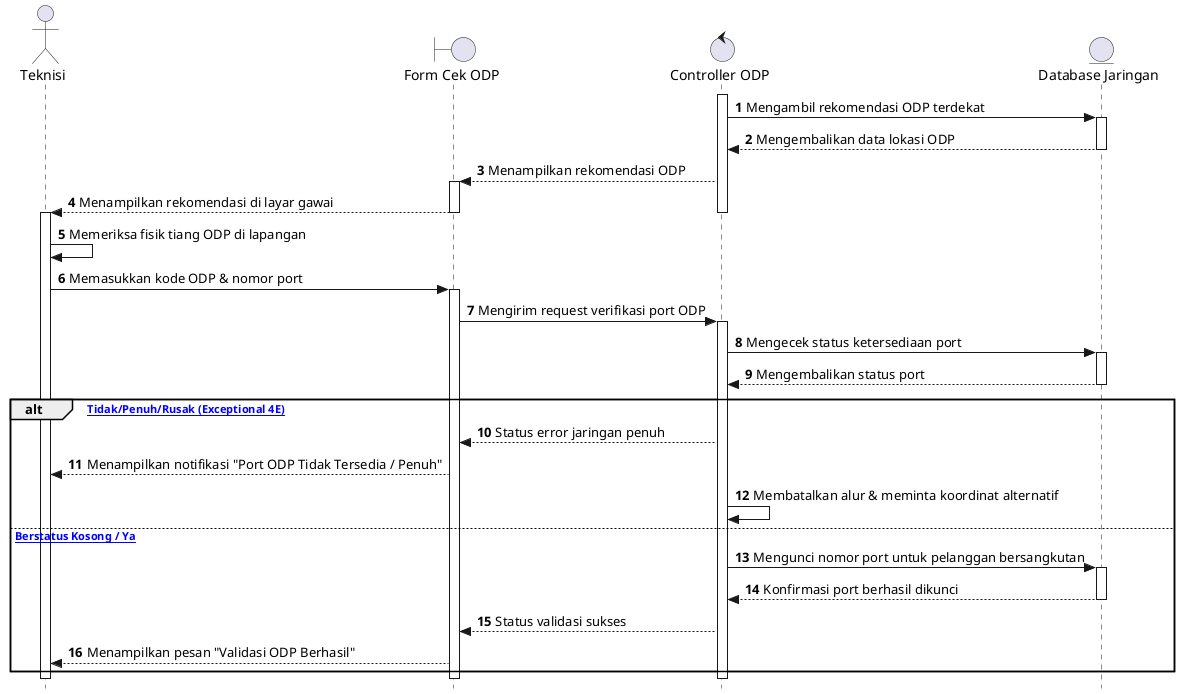
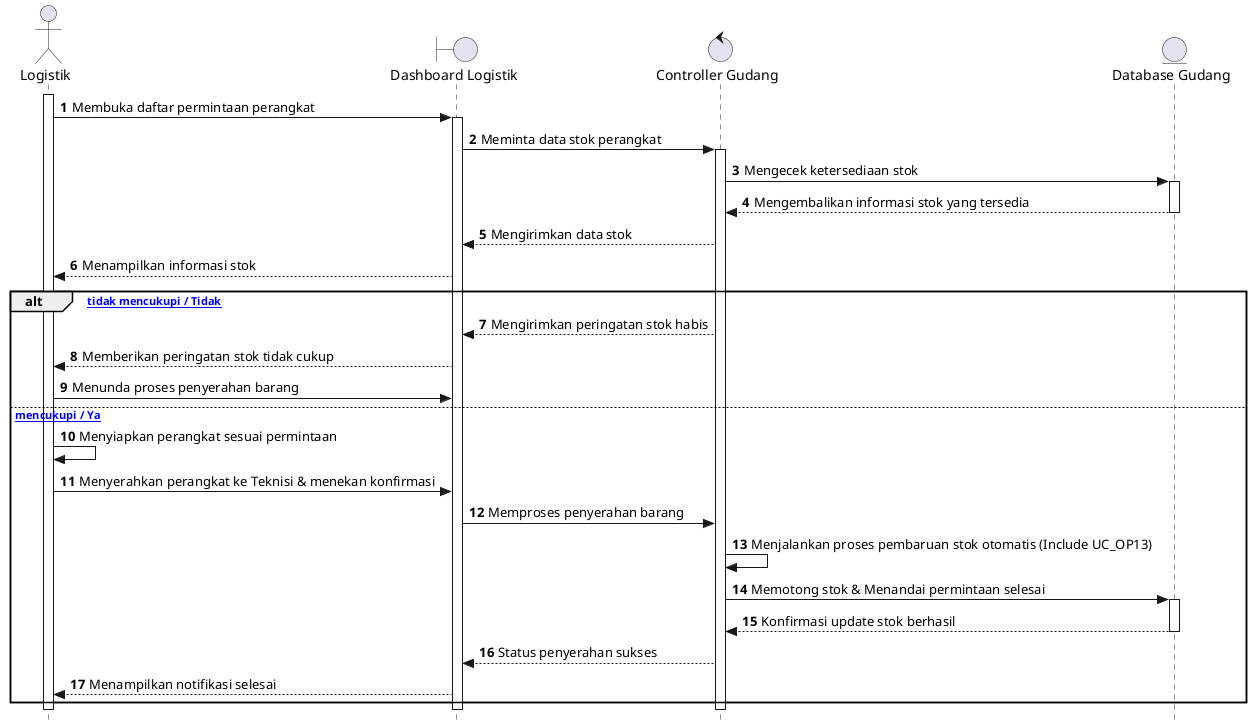
@startuml
autonumber
skinparam style strictuml

- actor Teknisi
- boundary "Form Cek ODP" as Form
- control "Controller ODP" as Ctrl
- entity "Database Jaringan" as DB
+ actor Logistik
+ boundary "Dashboard Logistik" as Form
+ control "Controller Gudang" as Ctrl
+ entity "Database Gudang" as DB

+ activate Logistik
+ Logistik -> Form: Membuka daftar permintaan perangkat
+ activate Form
+ Form -> Ctrl: Meminta data stok perangkat
activate Ctrl
- Ctrl -> DB: Mengambil rekomendasi ODP terdekat
+ Ctrl -> DB: Mengecek ketersediaan stok
activate DB
- DB --> Ctrl: Mengembalikan data lokasi ODP
+ DB --> Ctrl: Mengembalikan informasi stok yang tersedia
deactivate DB
- Ctrl --> Form: Menampilkan rekomendasi ODP
- activate Form
- Form --> Teknisi: Menampilkan rekomendasi di layar gawai
- deactivate Form
- deactivate Ctrl
+ Ctrl --> Form: Mengirimkan data stok
+ Form --> Logistik: Menampilkan informasi stok

- activate Teknisi
- Teknisi -> Teknisi: Memeriksa fisik tiang ODP di lapangan
- Teknisi -> Form: Memasukkan kode ODP & nomor port
- activate Form
- Form -> Ctrl: Mengirim request verifikasi port ODP
- activate Ctrl
- Ctrl -> DB: Mengecek status ketersediaan port
- activate DB
- DB --> Ctrl: Mengembalikan status port
- deactivate DB
+ alt [Stok tidak mencukupi / Tidak]
+     Ctrl --> Form: Mengirimkan peringatan stok habis
+     Form --> Logistik: Memberikan peringatan stok tidak cukup
+     Logistik -> Form: Menunda proses penyerahan barang
+ else [Stok mencukupi / Ya]
+     Logistik -> Logistik: Menyiapkan perangkat sesuai permintaan
+     Logistik -> Form: Menyerahkan perangkat ke Teknisi & menekan konfirmasi

- alt [Port Tidak/Penuh/Rusak (Exceptional 4E)]
-     Ctrl --> Form: Status error jaringan penuh
-     Form --> Teknisi: Menampilkan notifikasi "Port ODP Tidak Tersedia / Penuh"
-     Ctrl -> Ctrl: Membatalkan alur & meminta koordinat alternatif
- else [Port Berstatus Kosong / Ya]
-     Ctrl -> DB: Mengunci nomor port untuk pelanggan bersangkutan
+     Form -> Ctrl: Memproses penyerahan barang
+     Ctrl -> Ctrl: Menjalankan proses pembaruan stok otomatis (Include UC_OP13)
+ 
+     Ctrl -> DB: Memotong stok & Menandai permintaan selesai
    activate DB
-     DB --> Ctrl: Konfirmasi port berhasil dikunci
+     DB --> Ctrl: Konfirmasi update stok berhasil
    deactivate DB
-     Ctrl --> Form: Status validasi sukses
-     Form --> Teknisi: Menampilkan pesan "Validasi ODP Berhasil"
+ 
+     Ctrl --> Form: Status penyerahan sukses
+     Form --> Logistik: Menampilkan notifikasi selesai
end

deactivate Ctrl
deactivate Form
- deactivate Teknisi
+ deactivate Logistik
@enduml